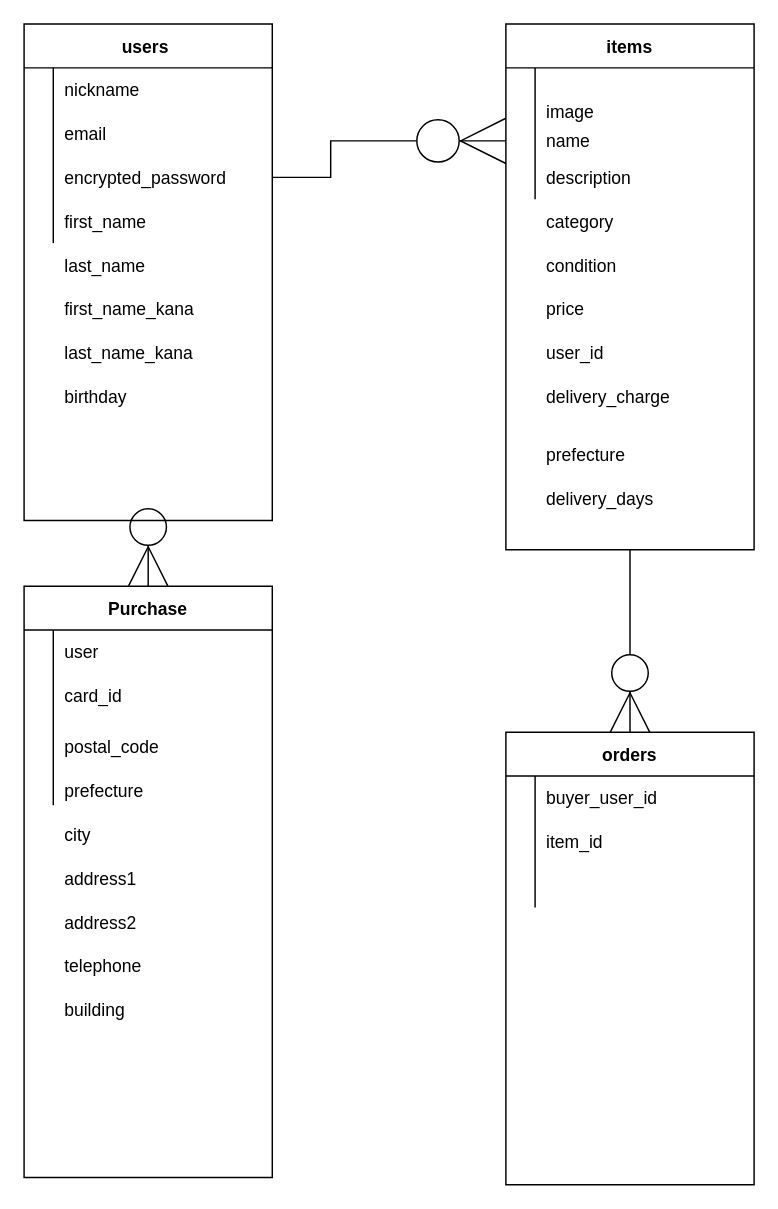
This is test.dio from koji0805/furima-22136, a draw.io file, before an edit. Source tidied: cells renumbered, new cells numbered last; positions are measured from the earlier drawing's top-left corner, leaving out a move shared by most shapes. Both pictures are drawn from the tidied source at 146%, with x=0, y=0 at pixel (23, 23).
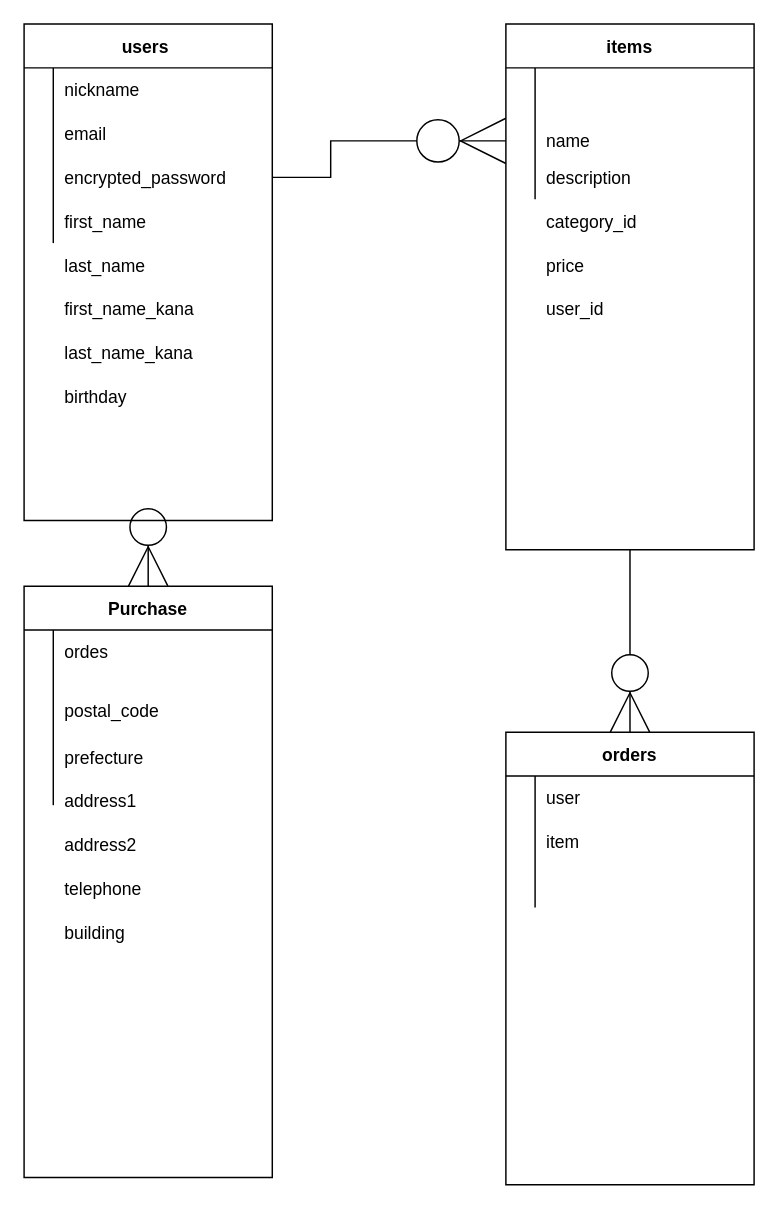
Above is the later version.

Unchanged cells that the change refers to:
```xml
<mxCell id="25" style="shape=partialRectangle;fillColor=none;top=0;left=0;bottom=0;right=0;" parent="21" vertex="1">
  <mxGeometry y="50" width="170" height="20" as="geometry" />
</mxCell>
<mxCell id="38" style="shape=partialRectangle;fillColor=none;top=0;left=0;bottom=0;right=0;" parent="37" vertex="1">
  <mxGeometry y="30" width="170" height="30" as="geometry" />
</mxCell>
<mxCell id="41" style="shape=partialRectangle;fillColor=none;top=0;left=0;bottom=0;right=0;" parent="37" vertex="1">
  <mxGeometry y="60" width="170" height="30" as="geometry" />
</mxCell>
<mxCell id="58" style="shape=partialRectangle;fillColor=none;top=0;left=0;bottom=0;right=0;" parent="57" vertex="1">
  <mxGeometry y="30" width="170" height="30" as="geometry" />
</mxCell>
<mxCell id="61" style="shape=partialRectangle;fillColor=none;top=0;left=0;bottom=0;right=0;" parent="57" vertex="1">
  <mxGeometry y="60" width="170" height="30" as="geometry" />
</mxCell>
```

The edit, as a diff of the source:
```diff
@@
-    <mxCell id="27" value="image" style="shape=partialRectangle;fillColor=none;top=0;left=0;bottom=0;right=0;align=left;spacingLeft=6;overflow=hidden;" parent="25" vertex="1">
+    <mxCell id="27" style="shape=partialRectangle;fillColor=none;top=0;left=0;bottom=0;right=0;align=left;spacingLeft=6;overflow=hidden;" parent="25" vertex="1">
       <mxGeometry x="20" width="150" height="20" as="geometry" />
     </mxCell>
@@
-    <mxCell id="34" value="category" style="shape=partialRectangle;fillColor=none;top=0;left=0;bottom=0;right=0;align=left;spacingLeft=6;overflow=hidden;" parent="1" vertex="1">
+    <mxCell id="34" value="category_id" style="shape=partialRectangle;fillColor=none;top=0;left=0;bottom=0;right=0;align=left;spacingLeft=6;overflow=hidden;" parent="1" vertex="1">
       <mxGeometry x="350" y="120" width="150" height="30" as="geometry" />
     </mxCell>
-    <mxCell id="35" value="condition" style="shape=partialRectangle;fillColor=none;top=0;left=0;bottom=0;right=0;align=left;spacingLeft=6;overflow=hidden;" parent="1" vertex="1">
-      <mxGeometry x="350" y="150" width="150" height="30" as="geometry" />
-    </mxCell>
     <mxCell id="36" value="price" style="shape=partialRectangle;fillColor=none;top=0;left=0;bottom=0;right=0;align=left;spacingLeft=6;overflow=hidden;" parent="1" vertex="1">
-      <mxGeometry x="350" y="180" width="150" height="30" as="geometry" />
+      <mxGeometry x="350" y="150" width="150" height="30" as="geometry" />
     </mxCell>
@@
-    <mxCell id="40" value="user   " style="shape=partialRectangle;fillColor=none;top=0;left=0;bottom=0;right=0;align=left;spacingLeft=6;overflow=hidden;" parent="38" vertex="1">
+    <mxCell id="40" value="ordes" style="shape=partialRectangle;fillColor=none;top=0;left=0;bottom=0;right=0;align=left;spacingLeft=6;overflow=hidden;" parent="38" vertex="1">
       <mxGeometry x="20" width="150" height="30" as="geometry" />
     </mxCell>
@@
-    <mxCell id="43" value="card_id" style="shape=partialRectangle;fillColor=none;top=0;left=0;bottom=0;right=0;align=left;spacingLeft=6;overflow=hidden;" parent="41" vertex="1">
+    <mxCell id="43" style="shape=partialRectangle;fillColor=none;top=0;left=0;bottom=0;right=0;align=left;spacingLeft=6;overflow=hidden;" parent="41" vertex="1">
       <mxGeometry x="20" width="150" height="30" as="geometry" />
     </mxCell>
@@
     <mxCell id="50" value="postal_code" style="shape=partialRectangle;fillColor=none;top=0;left=0;bottom=0;right=0;align=left;spacingLeft=6;overflow=hidden;" parent="1" vertex="1">
-      <mxGeometry x="20" y="480" width="150" height="30" as="geometry" />
+      <mxGeometry x="20" y="455" width="150" height="30" as="geometry" />
     </mxCell>
     <mxCell id="51" value="prefecture" style="shape=partialRectangle;fillColor=none;top=0;left=0;bottom=0;right=0;align=left;spacingLeft=6;overflow=hidden;" parent="1" vertex="1">
-      <mxGeometry x="20" y="510" width="150" height="30" as="geometry" />
+      <mxGeometry x="20" y="487" width="150" height="30" as="geometry" />
     </mxCell>
-    <mxCell id="52" value="city" style="shape=partialRectangle;fillColor=none;top=0;left=0;bottom=0;right=0;align=left;spacingLeft=6;overflow=hidden;" parent="1" vertex="1">
-      <mxGeometry x="20" y="540" width="150" height="30" as="geometry" />
-    </mxCell>
     <mxCell id="53" value="address1" style="shape=partialRectangle;fillColor=none;top=0;left=0;bottom=0;right=0;align=left;spacingLeft=6;overflow=hidden;" parent="1" vertex="1">
-      <mxGeometry x="20" y="570" width="150" height="30" as="geometry" />
+      <mxGeometry x="20" y="517" width="150" height="30" as="geometry" />
     </mxCell>
     <mxCell id="54" value="address2" style="shape=partialRectangle;fillColor=none;top=0;left=0;bottom=0;right=0;align=left;spacingLeft=6;overflow=hidden;" parent="1" vertex="1">
-      <mxGeometry x="20" y="600" width="150" height="30" as="geometry" />
+      <mxGeometry x="20" y="547" width="150" height="30" as="geometry" />
     </mxCell>
     <mxCell id="55" value="telephone" style="shape=partialRectangle;fillColor=none;top=0;left=0;bottom=0;right=0;align=left;spacingLeft=6;overflow=hidden;" parent="1" vertex="1">
-      <mxGeometry x="20" y="630" width="150" height="30" as="geometry" />
+      <mxGeometry x="20" y="577" width="150" height="30" as="geometry" />
     </mxCell>
@@
-    <mxCell id="60" value="buyer_user_id" style="shape=partialRectangle;fillColor=none;top=0;left=0;bottom=0;right=0;align=left;spacingLeft=6;overflow=hidden;" parent="58" vertex="1">
+    <mxCell id="60" value="user" style="shape=partialRectangle;fillColor=none;top=0;left=0;bottom=0;right=0;align=left;spacingLeft=6;overflow=hidden;" parent="58" vertex="1">
       <mxGeometry x="20" width="150" height="30" as="geometry" />
     </mxCell>
@@
-    <mxCell id="63" value="item_id" style="shape=partialRectangle;fillColor=none;top=0;left=0;bottom=0;right=0;align=left;spacingLeft=6;overflow=hidden;" parent="61" vertex="1">
+    <mxCell id="63" value="item" style="shape=partialRectangle;fillColor=none;top=0;left=0;bottom=0;right=0;align=left;spacingLeft=6;overflow=hidden;" parent="61" vertex="1">
       <mxGeometry x="20" width="150" height="30" as="geometry" />
     </mxCell>
@@
     <mxCell id="67" value="user_id" style="shape=partialRectangle;fillColor=none;top=0;left=0;bottom=0;right=0;align=left;spacingLeft=6;overflow=hidden;" parent="1" vertex="1">
-      <mxGeometry x="350" y="210" width="150" height="30" as="geometry" />
+      <mxGeometry x="350" y="180" width="150" height="30" as="geometry" />
     </mxCell>
-    <mxCell id="68" value="delivery_charge " style="shape=partialRectangle;fillColor=none;top=0;left=0;bottom=0;right=0;align=left;spacingLeft=6;overflow=hidden;" parent="1" vertex="1">
-      <mxGeometry x="350" y="240" width="150" height="30" as="geometry" />
-    </mxCell>
-    <mxCell id="69" value="delivery_days " style="shape=partialRectangle;fillColor=none;top=0;left=0;bottom=0;right=0;align=left;spacingLeft=6;overflow=hidden;" parent="1" vertex="1">
-      <mxGeometry x="350" y="310" width="150" height="30" as="geometry" />
-    </mxCell>
-    <mxCell id="70" value="prefecture " style="shape=partialRectangle;fillColor=none;top=0;left=0;bottom=0;right=0;align=left;spacingLeft=6;overflow=hidden;" parent="1" vertex="1">
-      <mxGeometry x="350" y="280" width="150" height="30" as="geometry" />
-    </mxCell>
     <mxCell id="71" value="building" style="shape=partialRectangle;fillColor=none;top=0;left=0;bottom=0;right=0;align=left;spacingLeft=6;overflow=hidden;" parent="1" vertex="1">
-      <mxGeometry x="20" y="660" width="150" height="30" as="geometry" />
+      <mxGeometry x="20" y="607" width="150" height="30" as="geometry" />
     </mxCell>
```
